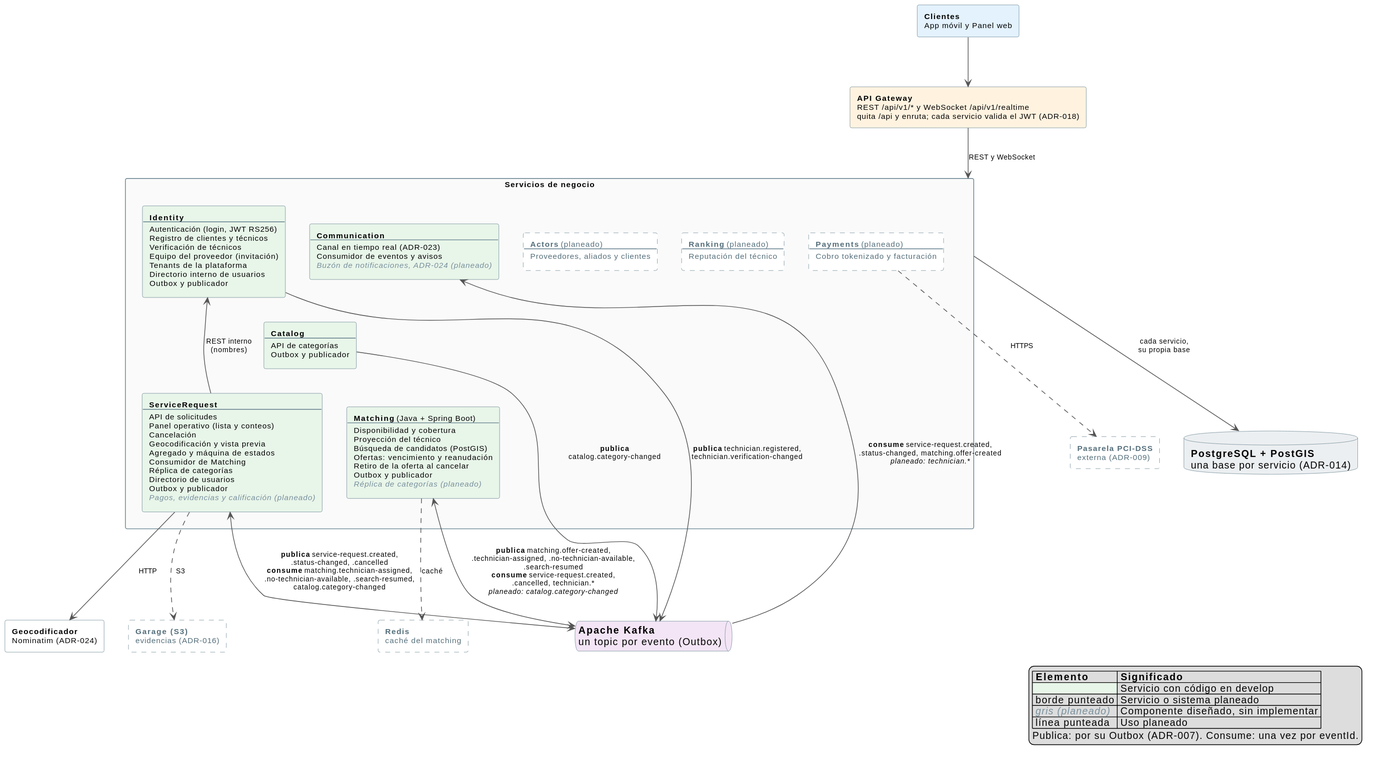
Before: docs/architecture/diagrams/sdd/02_componentes_backend.svg, a diagram exported from PlantUML (ARQUI-202630/quickpatch).
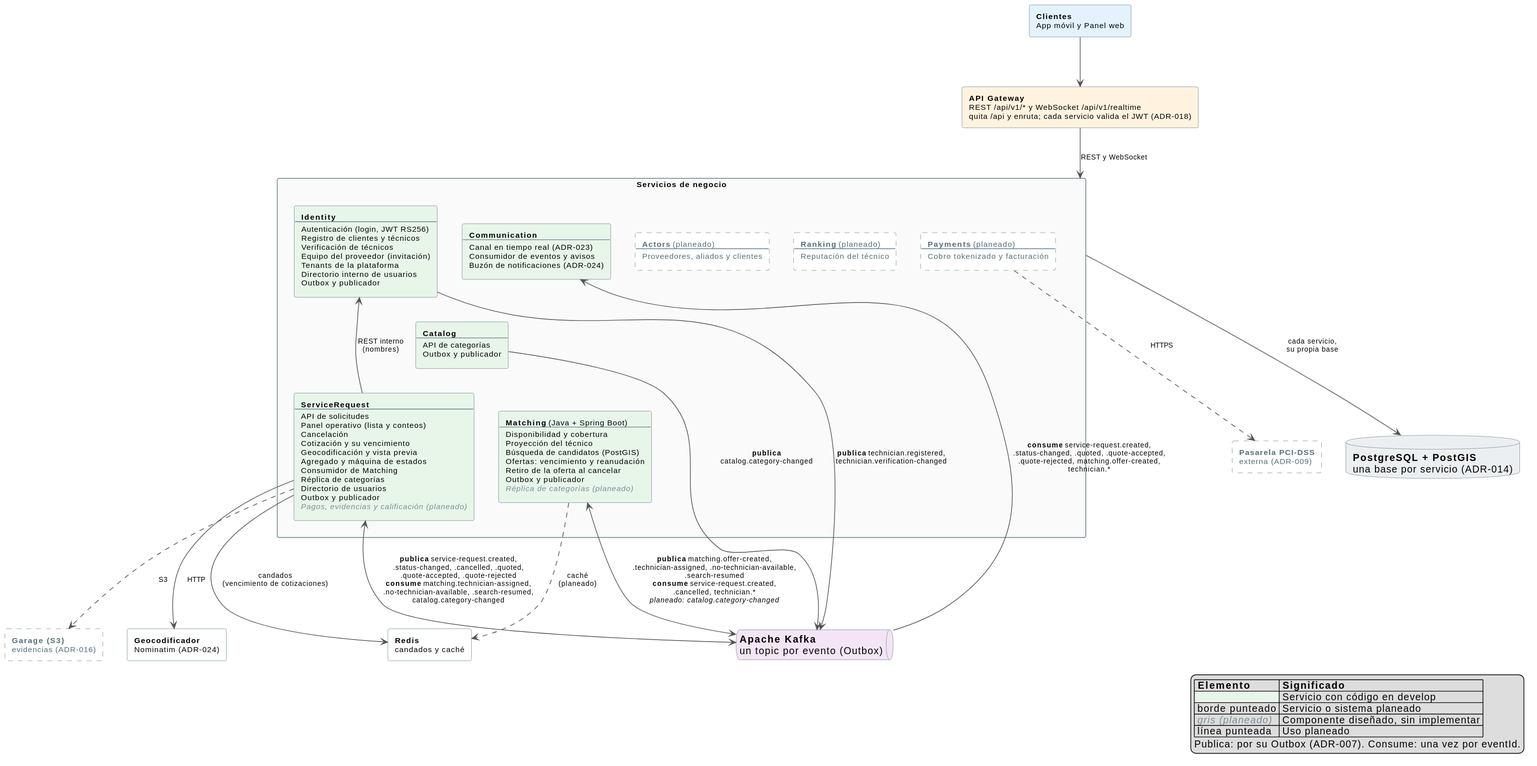
Above is the later version.

Commit message:
docs(sdd): buzón, cotización y Redis en las Figuras 4 y 5 (SCRUM-471)

The edit, as a diff of the source:
```diff
@@ -59,6 +59,7 @@
     API de solicitudes
     Panel operativo (lista y conteos)
     Cancelación
+    Cotización y su vencimiento
     Geocodificación y vista previa
     Agregado y máquina de estados
     Consumidor de Matching
@@ -83,7 +84,7 @@
     ----
     Canal en tiempo real (ADR-023)
     Consumidor de eventos y avisos
-    <color:#78909C><i>Buzón de notificaciones, ADR-024 (planeado)</i></color>
+    Buzón de notificaciones (ADR-024)
   ]
   rectangle ACTORS <<planeado>> [
     **Actors** (planeado)
@@ -106,7 +107,7 @@
 database "**PostgreSQL + PostGIS**\nuna base por servicio (ADR-014)" as PG
 rectangle "**Geocodificador**\nNominatim (ADR-024)" as GEO
 rectangle "**Pasarela PCI-DSS**\nexterna (ADR-009)" <<planeado>> as PSP
-rectangle "**Redis**\ncaché del matching" <<planeado>> as REDIS
+rectangle "**Redis**\ncandados y caché" as REDIS
 rectangle "**Garage (S3)**\nevidencias (ADR-016)" <<planeado>> as GARAGE
 
 IDENTITY -[hidden]right- CATALOG
@@ -126,13 +127,14 @@
 
 IDENTITY -down-> KAFKA : **publica** technician.registered,\ntechnician.verification-changed
 CATALOG -down-> KAFKA : **publica**\ncatalog.category-changed
-SR <-down-> KAFKA : **publica** service-request.created,\n.status-changed, .cancelled\n**consume** matching.technician-assigned,\n.no-technician-available, .search-resumed,\ncatalog.category-changed
+SR <-down-> KAFKA : **publica** service-request.created,\n.status-changed, .cancelled, .quoted,\n.quote-accepted, .quote-rejected\n**consume** matching.technician-assigned,\n.no-technician-available, .search-resumed,\ncatalog.category-changed
 MATCHING <-down-> KAFKA : **publica** matching.offer-created,\n.technician-assigned, .no-technician-available,\n.search-resumed\n**consume** service-request.created,\n.cancelled, technician.*\n<i>planeado: catalog.category-changed</i>
-KAFKA -down-> COMM : **consume** service-request.created,\n.status-changed, matching.offer-created\n<i>planeado: technician.*</i>
+KAFKA -down-> COMM : **consume** service-request.created,\n.status-changed, .quoted, .quote-accepted,\n.quote-rejected, matching.offer-created,\ntechnician.*
 
 PAYMENTS ..> PSP : HTTPS
 SR ..> GARAGE : S3
-MATCHING ..> REDIS : caché
+SR --> REDIS : candados\n(vencimiento de cotizaciones)
+MATCHING ..> REDIS : caché\n(planeado)
 
 legend right
   |= Elemento |= Significado |
```
